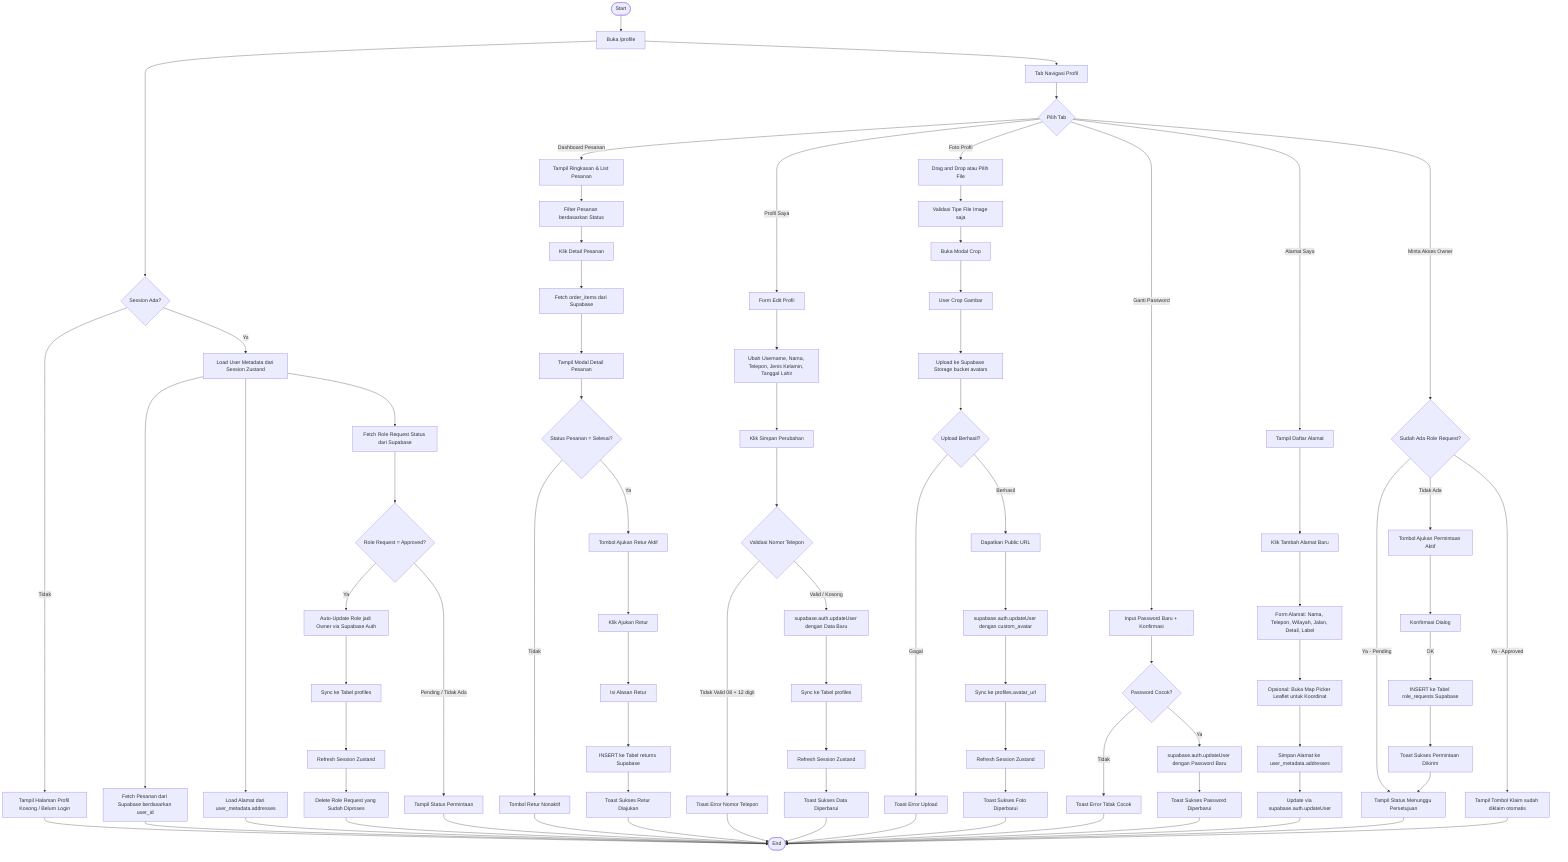
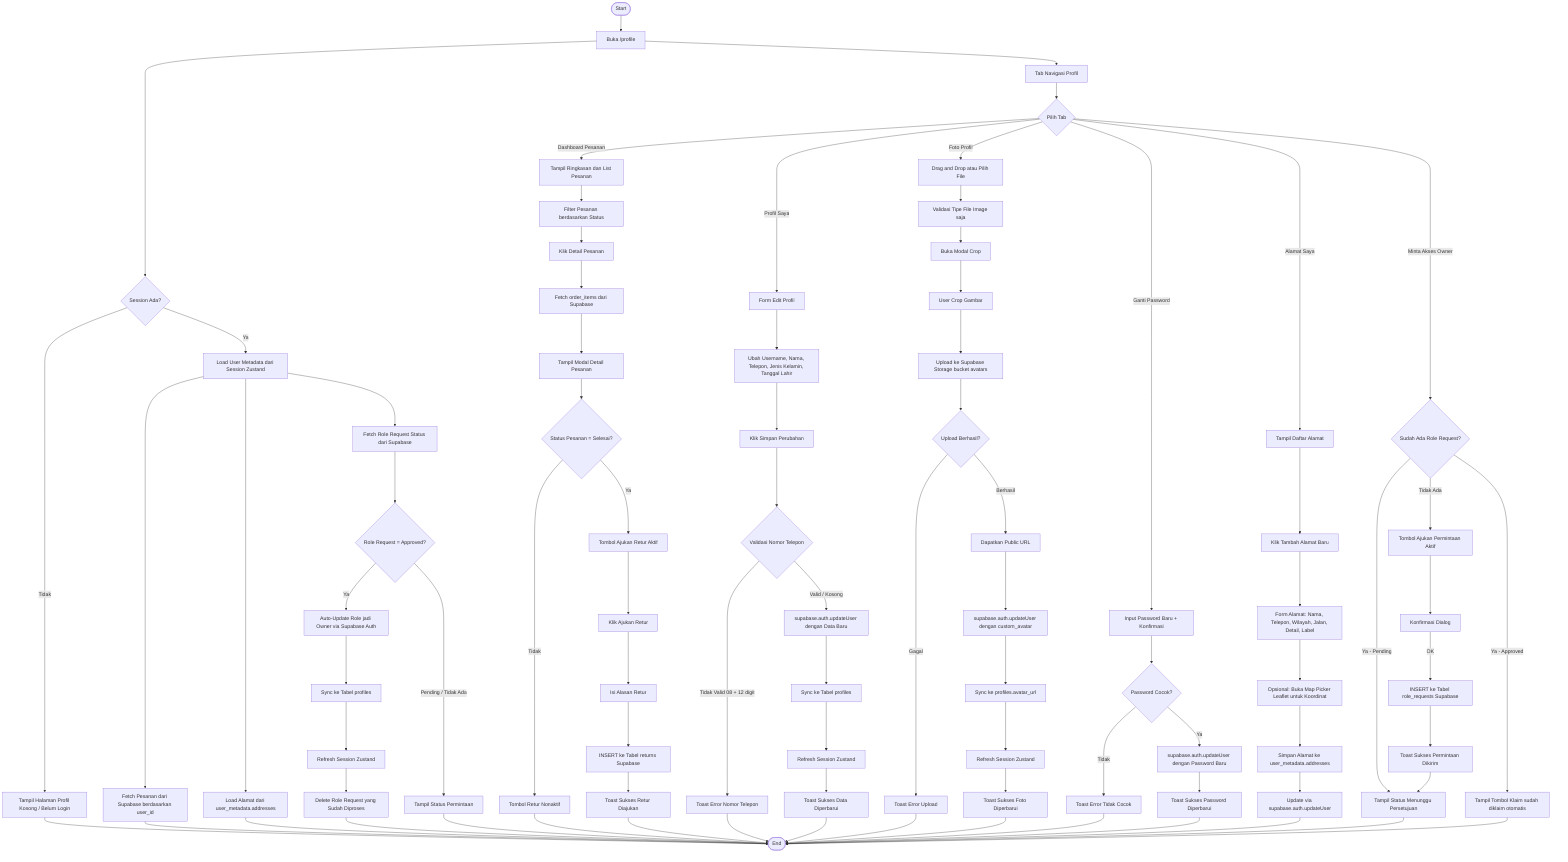
flowchart TD
    A([Start]) --> B[Buka /profile]
    B --> C{Session Ada?}
    C -->|Tidak| D[Tampil Halaman Profil Kosong / Belum Login]
    C -->|Ya| E[Load User Metadata dari Session Zustand]
    E --> F[Fetch Pesanan dari Supabase berdasarkan user_id]
    E --> G[Fetch Role Request Status dari Supabase]
    E --> H[Load Alamat dari user_metadata.addresses]

    G --> I{Role Request = Approved?}
    I -->|Ya| J[Auto-Update Role jadi Owner via Supabase Auth]
    J --> K[Sync ke Tabel profiles]
    K --> L[Refresh Session Zustand]
    L --> M[Delete Role Request yang Sudah Diproses]
    I -->|Pending / Tidak Ada| N[Tampil Status Permintaan]

    B --> O[Tab Navigasi Profil]
    O --> P{Pilih Tab}

-     P -->|Dashboard Pesanan| Q[Tampil Ringkasan & List Pesanan]
+     P -->|Dashboard Pesanan| Q[Tampil Ringkasan dan List Pesanan]
    Q --> R[Filter Pesanan berdasarkan Status]
    R --> S[Klik Detail Pesanan]
    S --> T[Fetch order_items dari Supabase]
    T --> U[Tampil Modal Detail Pesanan]
    U --> V{Status Pesanan = Selesai?}
    V -->|Ya| W[Tombol Ajukan Retur Aktif]
    V -->|Tidak| X[Tombol Retur Nonaktif]
    W --> Y[Klik Ajukan Retur]
    Y --> Z[Isi Alasan Retur]
    Z --> AA[INSERT ke Tabel returns Supabase]
    AA --> AB[Toast Sukses Retur Diajukan]

    P -->|Profil Saya| AC[Form Edit Profil]
    AC --> AD[Ubah Username, Nama, Telepon, Jenis Kelamin, Tanggal Lahir]
    AD --> AE[Klik Simpan Perubahan]
    AE --> AF{Validasi Nomor Telepon}
    AF -->|Tidak Valid 08 + 12 digit| AG[Toast Error Nomor Telepon]
    AF -->|Valid / Kosong| AH[supabase.auth.updateUser dengan Data Baru]
    AH --> AI[Sync ke Tabel profiles]
    AI --> AJ[Refresh Session Zustand]
    AJ --> AK[Toast Sukses Data Diperbarui]

    P -->|Foto Profil| AL[Drag and Drop atau Pilih File]
    AL --> AM[Validasi Tipe File Image saja]
    AM --> AN[Buka Modal Crop]
    AN --> AO[User Crop Gambar]
    AO --> AP[Upload ke Supabase Storage bucket avatars]
    AP --> AQ{Upload Berhasil?}
    AQ -->|Gagal| AR[Toast Error Upload]
    AQ -->|Berhasil| AS[Dapatkan Public URL]
    AS --> AT[supabase.auth.updateUser dengan custom_avatar]
    AT --> AU[Sync ke profiles.avatar_url]
    AU --> AV[Refresh Session Zustand]
    AV --> AW[Toast Sukses Foto Diperbarui]

    P -->|Ganti Password| AX[Input Password Baru + Konfirmasi]
    AX --> AY{Password Cocok?}
    AY -->|Tidak| AZ[Toast Error Tidak Cocok]
    AY -->|Ya| BA[supabase.auth.updateUser dengan Password Baru]
    BA --> BB[Toast Sukses Password Diperbarui]

    P -->|Alamat Saya| BC[Tampil Daftar Alamat]
    BC --> BD[Klik Tambah Alamat Baru]
    BD --> BE[Form Alamat: Nama, Telepon, Wilayah, Jalan, Detail, Label]
    BE --> BF[Opsional: Buka Map Picker Leaflet untuk Koordinat]
    BF --> BG[Simpan Alamat ke user_metadata.addresses]
    BG --> BH[Update via supabase.auth.updateUser]

    P -->|Minta Akses Owner| BI{Sudah Ada Role Request?}
    BI -->|Ya - Pending| BJ[Tampil Status Menunggu Persetujuan]
    BI -->|Ya - Approved| BK[Tampil Tombol Klaim sudah diklaim otomatis]
    BI -->|Tidak Ada| BL[Tombol Ajukan Permintaan Aktif]
    BL --> BM[Konfirmasi Dialog]
    BM -->|OK| BN[INSERT ke Tabel role_requests Supabase]
    BN --> BO[Toast Sukses Permintaan Dikirim]
    BO --> BJ

    %% Menambahkan oval End pada titik akhir
    D --> Z_END([End])
    F --> Z_END([End])
    H --> Z_END([End])
    M --> Z_END([End])
    N --> Z_END([End])
    X --> Z_END([End])
    AB --> Z_END([End])
    AG --> Z_END([End])
    AK --> Z_END([End])
    AR --> Z_END([End])
    AW --> Z_END([End])
    AZ --> Z_END([End])
    BB --> Z_END([End])
    BH --> Z_END([End])
    BJ --> Z_END([End])
    BK --> Z_END([End])
